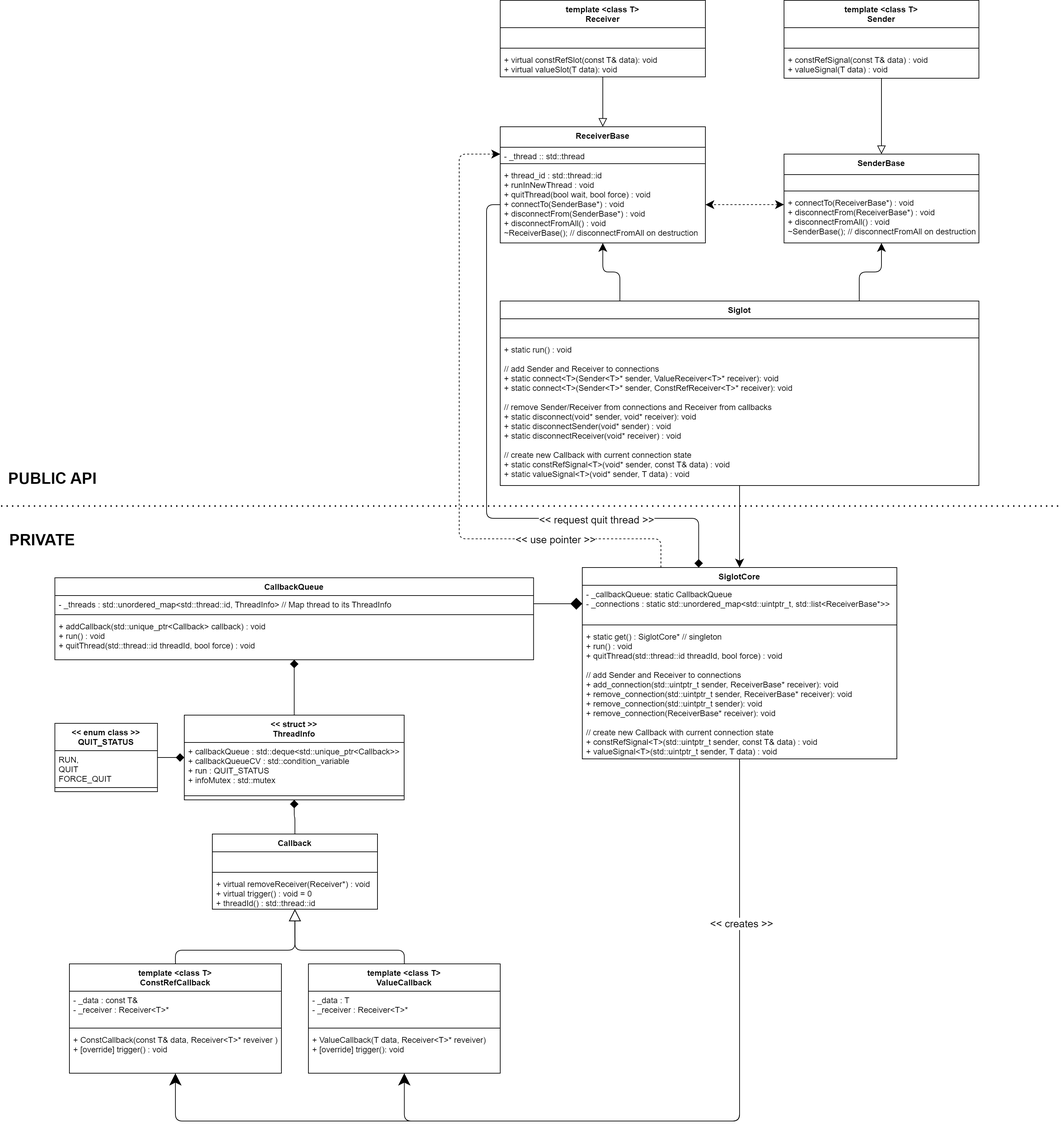
The draw.io diagram docs/ClassDiagram.drawio.png in ksierocinski/TBC, before a commit. Source tidied: cells renumbered, new cells last; positions are measured from the earlier drawing's top-left corner, leaving out a move shared by most shapes.
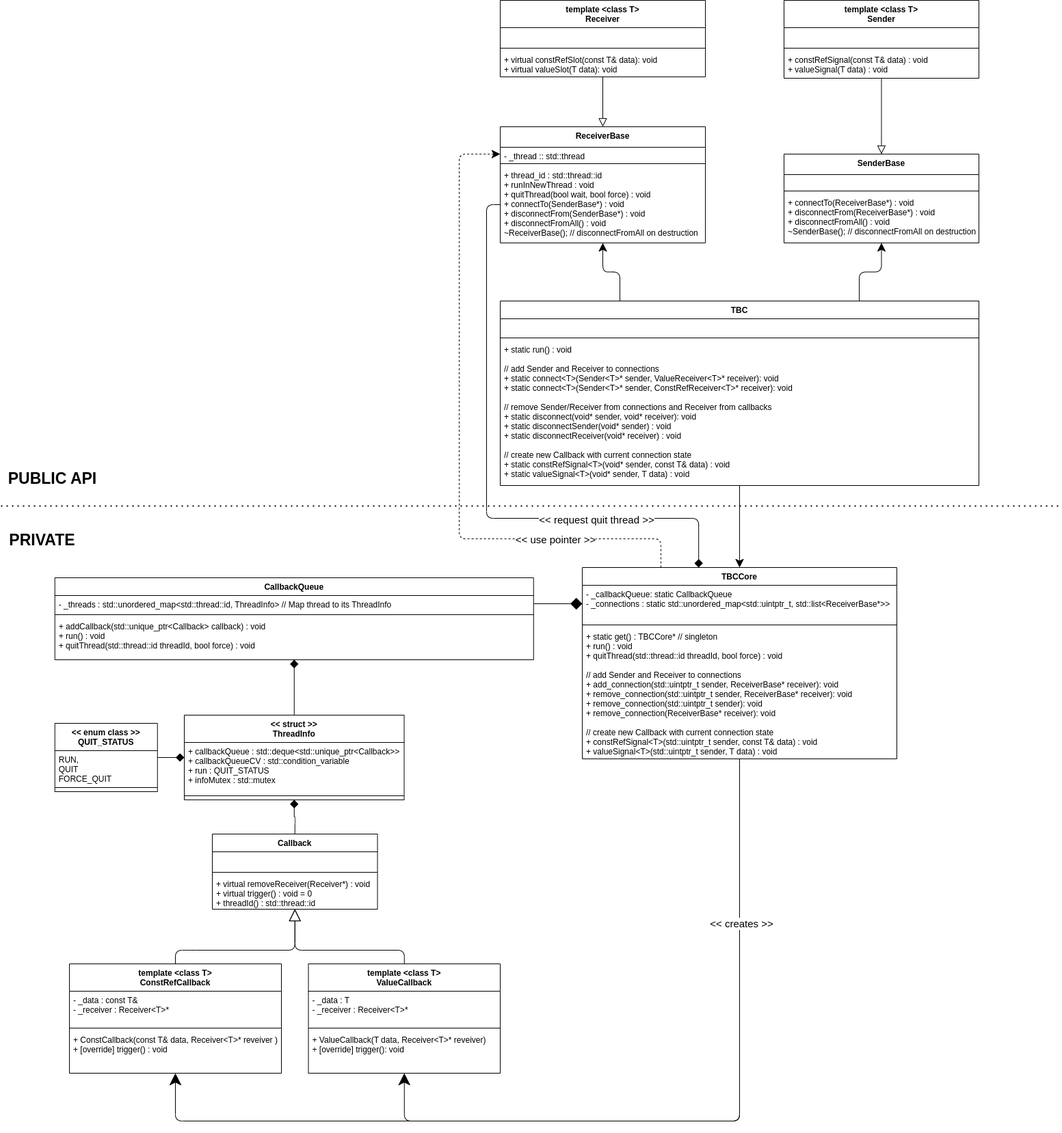
Above is the later version.

Commit message:
Update class diagram and remove std::flush from latency benchmark

Change to the diagram source:
```diff
@@ -16,7 +16,7 @@
         <mxPoint x="19" as="offset" />
       </mxGeometry>
     </mxCell>
-    <mxCell id="4" value="SiglotCore" style="swimlane;fontStyle=1;align=center;verticalAlign=top;horizontal=1;startSize=26;" parent="1" vertex="1">
+    <mxCell id="4" value="TBCCore" style="swimlane;fontStyle=1;align=center;verticalAlign=top;horizontal=1;startSize=26;" parent="1" vertex="1">
       <mxGeometry x="850" y="830" width="460" height="280" as="geometry" />
     </mxCell>
     <mxCell id="5" value="- _callbackQueue: static CallbackQueue&#10;- _connections : static std::unordered_map&lt;std::uintptr_t, std::list&lt;ReceiverBase*&gt;&gt;" style="text;strokeColor=none;fillColor=none;align=left;verticalAlign=top;spacingLeft=4;spacingRight=4;overflow=hidden;points=[[0,0.5],[1,0.5]];portConstraint=eastwest;" parent="4" vertex="1">
@@ -25,7 +25,7 @@
     <mxCell id="6" style="line;strokeWidth=1;fillColor=none;align=left;verticalAlign=middle;spacingTop=-1;spacingLeft=3;spacingRight=3;labelPosition=right;strokeColor=inherit;" parent="4" vertex="1">
       <mxGeometry y="80" width="460" height="8" as="geometry" />
     </mxCell>
-    <mxCell id="7" value="+ static get() : SiglotCore* // singleton&#10;+ run() : void&#10;+ quitThread(std::thread::id threadId, bool force) : void&#10;&#10;// add Sender and Receiver to connections&#10;+ add_connection(std::uintptr_t sender, ReceiverBase* receiver): void&#10;+ remove_connection(std::uintptr_t sender, ReceiverBase* receiver): void&#10;+ remove_connection(std::uintptr_t sender): void&#10;+ remove_connection(ReceiverBase* receiver): void&#10;&#10;// create new Callback with current connection state&#10;+ constRefSignal&lt;T&gt;(std::uintptr_t sender, const T&amp; data) : void&#10;+ valueSignal&lt;T&gt;(std::uintptr_t sender, T data) : void&#10;" style="text;strokeColor=none;fillColor=none;align=left;verticalAlign=top;spacingLeft=4;spacingRight=4;overflow=hidden;" parent="4" vertex="1">
+    <mxCell id="7" value="+ static get() : TBCCore* // singleton&#10;+ run() : void&#10;+ quitThread(std::thread::id threadId, bool force) : void&#10;&#10;// add Sender and Receiver to connections&#10;+ add_connection(std::uintptr_t sender, ReceiverBase* receiver): void&#10;+ remove_connection(std::uintptr_t sender, ReceiverBase* receiver): void&#10;+ remove_connection(std::uintptr_t sender): void&#10;+ remove_connection(ReceiverBase* receiver): void&#10;&#10;// create new Callback with current connection state&#10;+ constRefSignal&lt;T&gt;(std::uintptr_t sender, const T&amp; data) : void&#10;+ valueSignal&lt;T&gt;(std::uintptr_t sender, T data) : void&#10;" style="text;strokeColor=none;fillColor=none;align=left;verticalAlign=top;spacingLeft=4;spacingRight=4;overflow=hidden;" parent="4" vertex="1">
       <mxGeometry y="88" width="460" height="192" as="geometry" />
     </mxCell>
     <mxCell id="8" style="edgeStyle=orthogonalEdgeStyle;rounded=1;jettySize=auto;html=1;exitX=0.5;exitY=0;exitDx=0;exitDy=0;entryX=0.5;entryY=1;entryDx=0;entryDy=0;endArrow=block;endFill=0;endSize=15;" parent="1" edge="1" source="9" target="24">
@@ -171,7 +171,7 @@
     <mxCell id="47" style="edgeStyle=orthogonalEdgeStyle;rounded=1;jettySize=auto;html=1;exitX=0.5;exitY=1;exitDx=0;exitDy=0;entryX=0.5;entryY=0;entryDx=0;entryDy=0;fontSize=23;startArrow=none;startFill=0;endArrow=classic;endFill=1;startSize=10;endSize=10;" parent="1" edge="1" source="48" target="4">
       <mxGeometry relative="1" as="geometry" />
     </mxCell>
-    <mxCell id="48" value="Siglot" style="swimlane;fontStyle=1;align=center;verticalAlign=top;horizontal=1;startSize=26;" parent="1" vertex="1">
+    <mxCell id="48" value="TBC" style="swimlane;fontStyle=1;align=center;verticalAlign=top;horizontal=1;startSize=26;" parent="1" vertex="1">
       <mxGeometry x="730" y="440" width="700" height="270" as="geometry" />
     </mxCell>
     <mxCell id="49" value=" " style="text;strokeColor=none;fillColor=none;align=left;verticalAlign=top;spacingLeft=4;spacingRight=4;overflow=hidden;" parent="48" vertex="1">
@@ -195,9 +195,6 @@
     <mxCell id="55" value="+ thread_id : std::thread::id&#10;+ runInNewThread : void&#10;+ quitThread(bool wait, bool force) : void&#10;+ connectTo(SenderBase*) : void&#10;+ disconnectFrom(SenderBase*) : void&#10;+ disconnectFromAll() : void&#10;~ReceiverBase(); // disconnectFromAll on destruction" style="text;strokeColor=none;fillColor=none;align=left;verticalAlign=top;spacingLeft=4;spacingRight=4;overflow=hidden;points=[[0,0.5],[1,0.5]];portConstraint=eastwest;" parent="52" vertex="1">
       <mxGeometry y="58" width="300" height="112" as="geometry" />
     </mxCell>
-    <mxCell id="56" style="edgeStyle=orthogonalEdgeStyle;rounded=1;jettySize=auto;html=1;exitX=0;exitY=0.221;exitDx=0;exitDy=0;entryX=1;entryY=0.5;entryDx=0;entryDy=0;endSize=10;dashed=1;startArrow=classic;startFill=1;startSize=10;exitPerimeter=0;" parent="1" edge="1" source="39" target="55">
-      <mxGeometry relative="1" as="geometry" />
-    </mxCell>
     <mxCell id="57" style="endArrow=none;dashed=1;html=1;dashPattern=1 3;strokeWidth=2;rounded=1;startSize=10;endSize=10;" parent="1" edge="1">
       <mxGeometry relative="1" as="geometry">
         <mxPoint y="740" as="sourcePoint" />
```
